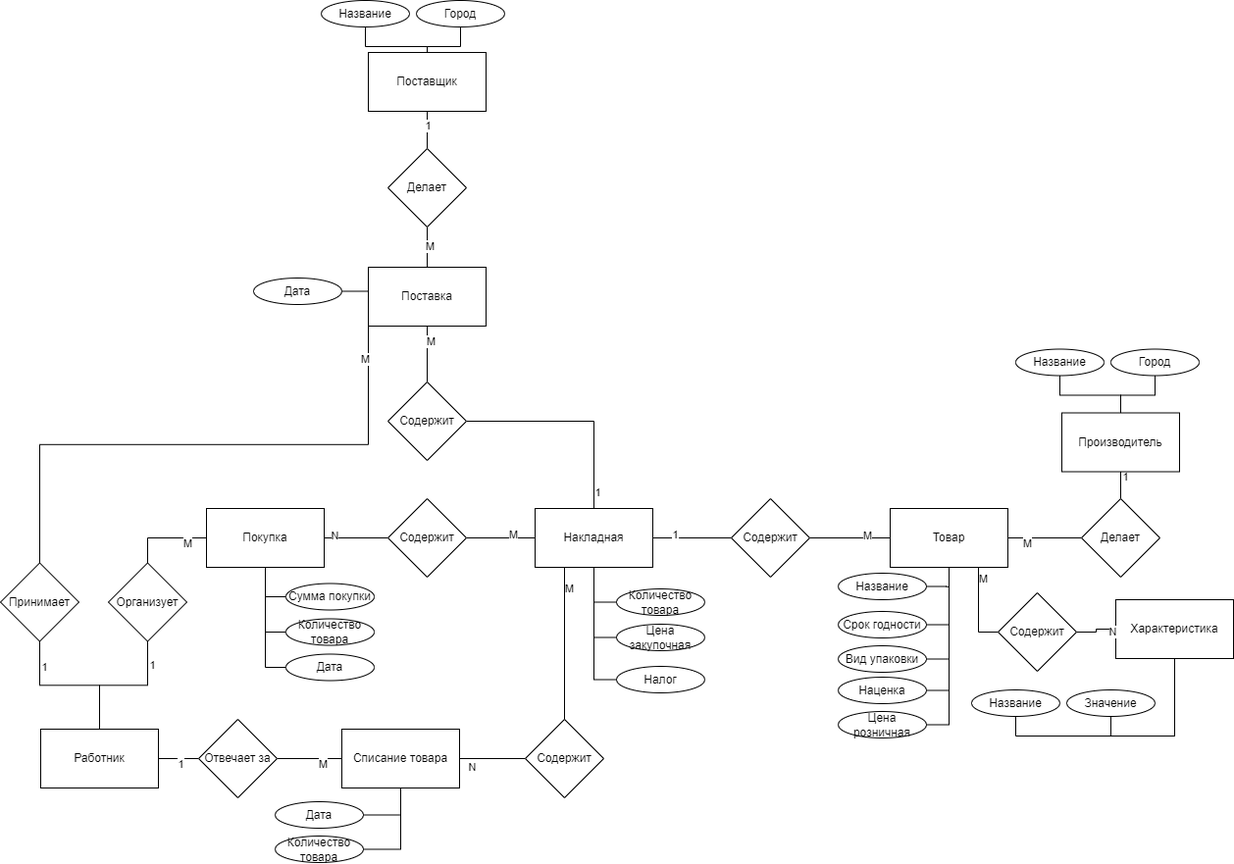
Earlier version of the draw.io export БД/КР_БД/erCHEN.drawio.png (kuskas112/Labs). Source tidied: cells renumbered, new cells last; positions are measured from the earlier drawing's top-left corner, leaving out a move shared by most shapes.
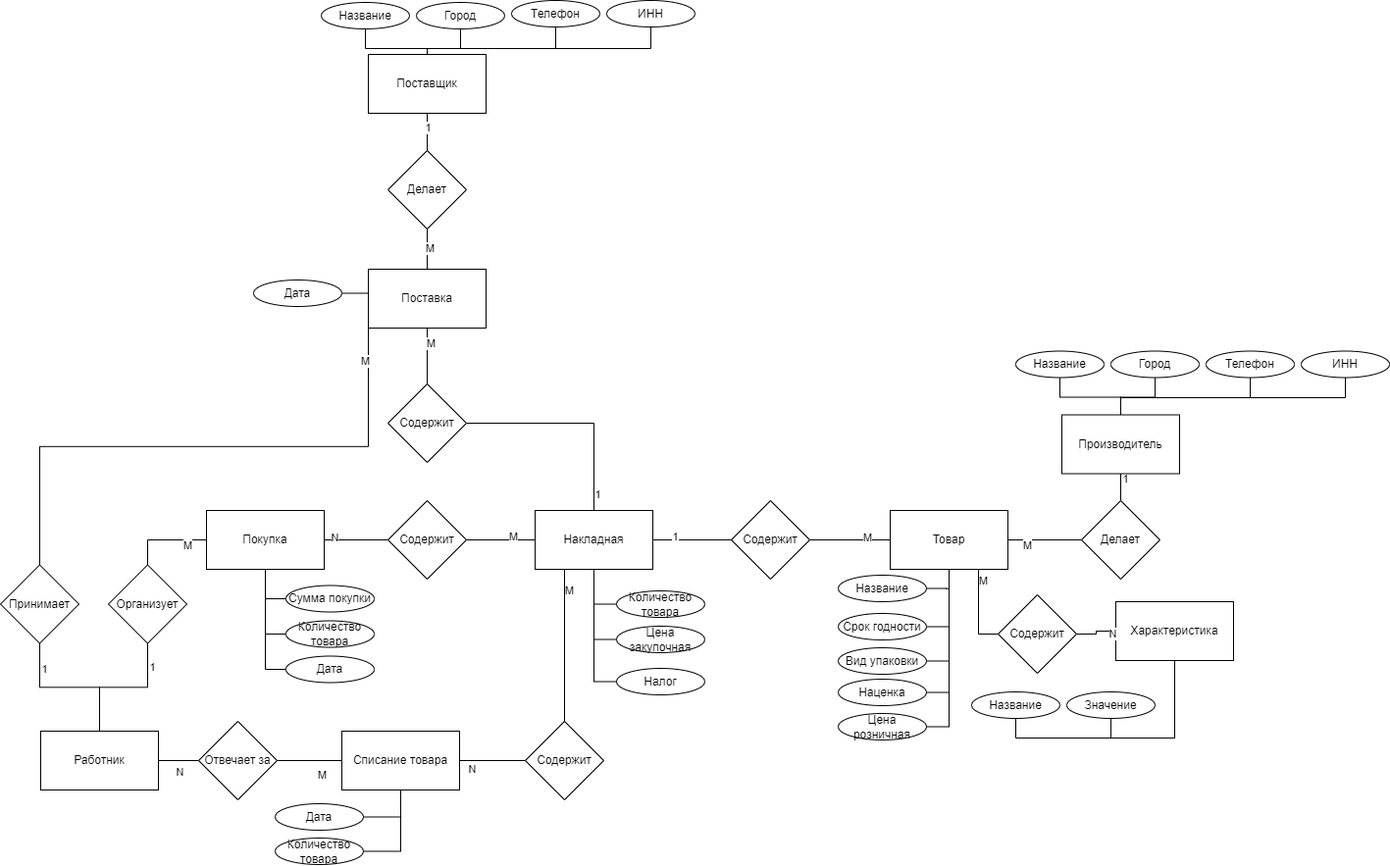
The same diagram one commit later.

The edit, as a diff of the source:
```diff
@@ -8,6 +8,22 @@
     <mxCell id="3" value="1" style="edgeLabel;html=1;align=center;verticalAlign=middle;" parent="2" vertex="1">
       <mxGeometry x="-0.33" relative="1" as="geometry" />
     </mxCell>
+    <mxCell id="101" style="edgeStyle=orthogonalEdgeStyle;rounded=0;jettySize=auto;html=1;strokeColor=default;align=center;verticalAlign=middle;fontFamily=Helvetica;fontSize=11;fontColor=default;labelBackgroundColor=default;endArrow=none;endFill=0;exitX=0.5;exitY=0;exitDx=0;exitDy=0;" parent="1" edge="1" source="4" target="105">
+      <mxGeometry relative="1" as="geometry">
+        <Array as="points">
+          <mxPoint x="435" y="47" />
+          <mxPoint x="566" y="47" />
+        </Array>
+      </mxGeometry>
+    </mxCell>
+    <mxCell id="102" style="edgeStyle=orthogonalEdgeStyle;rounded=0;jettySize=auto;html=1;strokeColor=default;align=center;verticalAlign=middle;fontFamily=Helvetica;fontSize=11;fontColor=default;labelBackgroundColor=default;endArrow=none;endFill=0;exitX=0.5;exitY=0;exitDx=0;exitDy=0;" parent="1" edge="1" source="4" target="106">
+      <mxGeometry relative="1" as="geometry">
+        <Array as="points">
+          <mxPoint x="435" y="47" />
+          <mxPoint x="663" y="47" />
+        </Array>
+      </mxGeometry>
+    </mxCell>
     <mxCell id="4" value="Поставщик" style="rounded=0;whiteSpace=wrap;html=1;" parent="1" vertex="1">
       <mxGeometry x="375" y="53" width="120" height="60" as="geometry" />
     </mxCell>
@@ -130,6 +146,22 @@
     <mxCell id="43" value="1" style="edgeLabel;html=1;align=center;verticalAlign=middle;fontFamily=Helvetica;fontSize=11;fontColor=default;labelBackgroundColor=default;" parent="42" vertex="1">
       <mxGeometry x="-0.81" y="4" relative="1" as="geometry" />
     </mxCell>
+    <mxCell id="103" style="edgeStyle=orthogonalEdgeStyle;rounded=0;jettySize=auto;html=1;exitX=0.5;exitY=0;exitDx=0;exitDy=0;strokeColor=default;align=center;verticalAlign=middle;fontFamily=Helvetica;fontSize=11;fontColor=default;labelBackgroundColor=default;endArrow=none;endFill=0;" parent="1" edge="1" source="44" target="107">
+      <mxGeometry relative="1" as="geometry">
+        <Array as="points">
+          <mxPoint x="1142" y="403" />
+          <mxPoint x="1274" y="403" />
+        </Array>
+      </mxGeometry>
+    </mxCell>
+    <mxCell id="104" style="edgeStyle=orthogonalEdgeStyle;rounded=0;jettySize=auto;html=1;exitX=0.5;exitY=0;exitDx=0;exitDy=0;strokeColor=default;align=center;verticalAlign=middle;fontFamily=Helvetica;fontSize=11;fontColor=default;labelBackgroundColor=default;endArrow=none;endFill=0;" parent="1" edge="1" source="44" target="108">
+      <mxGeometry relative="1" as="geometry">
+        <Array as="points">
+          <mxPoint x="1142" y="403" />
+          <mxPoint x="1371" y="403" />
+        </Array>
+      </mxGeometry>
+    </mxCell>
     <mxCell id="44" value="Производитель" style="rounded=0;whiteSpace=wrap;html=1;" parent="1" vertex="1">
       <mxGeometry x="1082" y="420.5" width="120" height="60" as="geometry" />
     </mxCell>
@@ -258,8 +290,10 @@
     <mxCell id="85" style="edgeStyle=orthogonalEdgeStyle;rounded=0;jettySize=auto;html=1;strokeColor=default;align=center;verticalAlign=middle;fontFamily=Helvetica;fontSize=11;fontColor=default;labelBackgroundColor=default;endArrow=none;endFill=0;" parent="1" edge="1" source="91" target="100">
       <mxGeometry relative="1" as="geometry" />
     </mxCell>
-    <mxCell id="86" value="1" style="edgeLabel;html=1;align=center;verticalAlign=middle;fontFamily=Helvetica;fontSize=11;fontColor=default;labelBackgroundColor=default;" parent="85" vertex="1">
-      <mxGeometry x="0.07" y="-5" relative="1" as="geometry" />
+    <mxCell id="86" value="N" style="edgeLabel;html=1;align=center;verticalAlign=middle;fontFamily=Helvetica;fontSize=11;fontColor=default;labelBackgroundColor=default;" parent="85" vertex="1">
+      <mxGeometry x="0.07" y="-5" relative="1" as="geometry">
+        <mxPoint x="-1" y="6" as="offset" />
+      </mxGeometry>
     </mxCell>
     <mxCell id="87" style="edgeStyle=orthogonalEdgeStyle;rounded=0;jettySize=auto;html=1;strokeColor=default;align=center;verticalAlign=middle;fontFamily=Helvetica;fontSize=11;fontColor=default;labelBackgroundColor=default;endArrow=none;endFill=0;" parent="1" edge="1" source="91" target="94">
       <mxGeometry relative="1" as="geometry" />
@@ -298,10 +332,24 @@
       <mxGeometry relative="1" as="geometry" />
     </mxCell>
     <mxCell id="99" value="М" style="edgeLabel;html=1;align=center;verticalAlign=middle;fontFamily=Helvetica;fontSize=11;fontColor=default;labelBackgroundColor=default;" parent="98" vertex="1">
-      <mxGeometry x="0.39" y="-5" relative="1" as="geometry" />
+      <mxGeometry x="0.39" y="-5" relative="1" as="geometry">
+        <mxPoint x="-1" y="9" as="offset" />
+      </mxGeometry>
     </mxCell>
     <mxCell id="100" value="Отвечает за" style="rhombus;whiteSpace=wrap;html=1;rounded=0;" parent="1" vertex="1">
       <mxGeometry x="202" y="733" width="80" height="80" as="geometry" />
     </mxCell>
+    <mxCell id="105" value="Телефон" style="ellipse;whiteSpace=wrap;html=1;" parent="1" vertex="1">
+      <mxGeometry x="521" y="-2" width="90" height="27" as="geometry" />
+    </mxCell>
+    <mxCell id="106" value="ИНН" style="ellipse;whiteSpace=wrap;html=1;" parent="1" vertex="1">
+      <mxGeometry x="618" y="-2" width="90" height="27" as="geometry" />
+    </mxCell>
+    <mxCell id="107" value="Телефон" style="ellipse;whiteSpace=wrap;html=1;" parent="1" vertex="1">
+      <mxGeometry x="1229" y="355.5" width="90" height="27" as="geometry" />
+    </mxCell>
+    <mxCell id="108" value="ИНН" style="ellipse;whiteSpace=wrap;html=1;" parent="1" vertex="1">
+      <mxGeometry x="1326" y="355.5" width="90" height="27" as="geometry" />
+    </mxCell>
   </root>
 </mxGraphModel>
```
